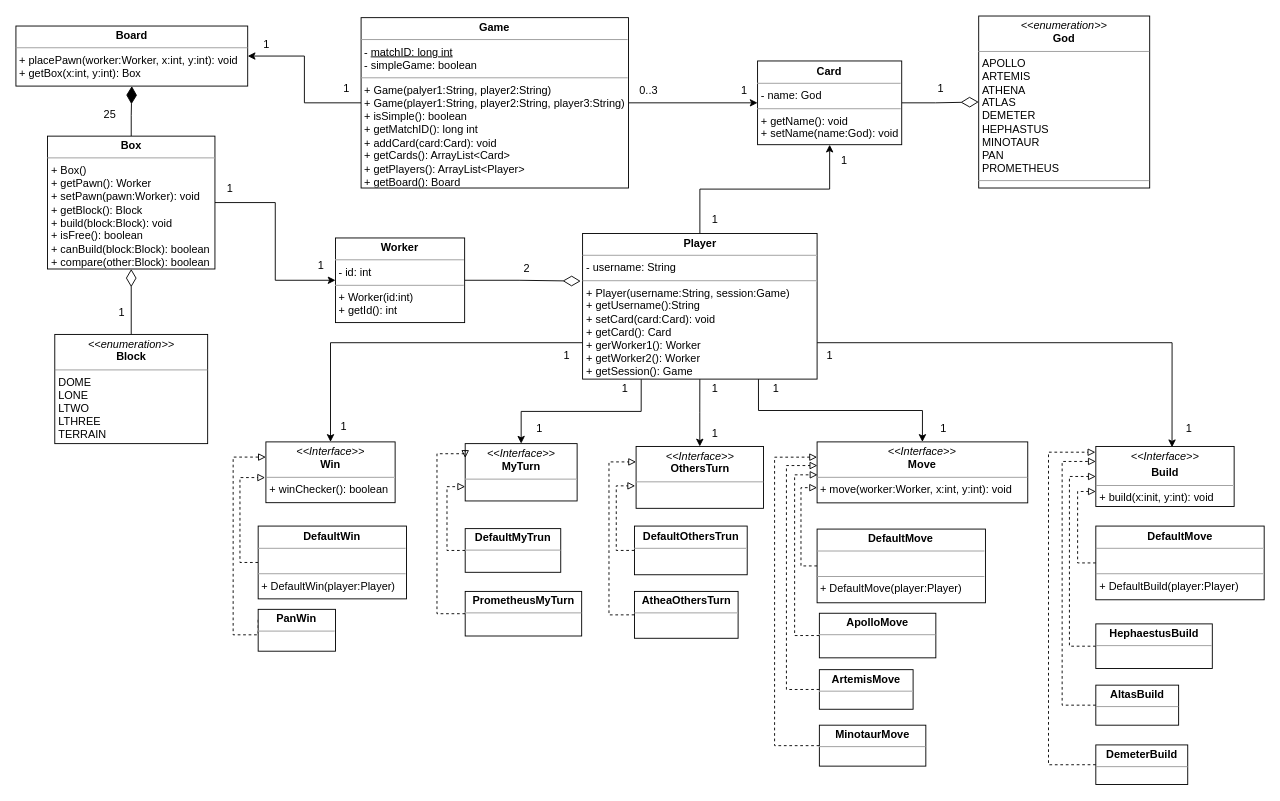
Above: UML/Model.drawio in peppetort/POLIMI_SE_19-20_santorini (draw.io), before the change. Source tidied: cells renumbered, new cells numbered last; positions are measured from the earlier drawing's top-left corner, leaving out a move shared by most shapes. Both pictures are drawn from the tidied source at 91%, with x=0, y=0 at pixel (15, 15).
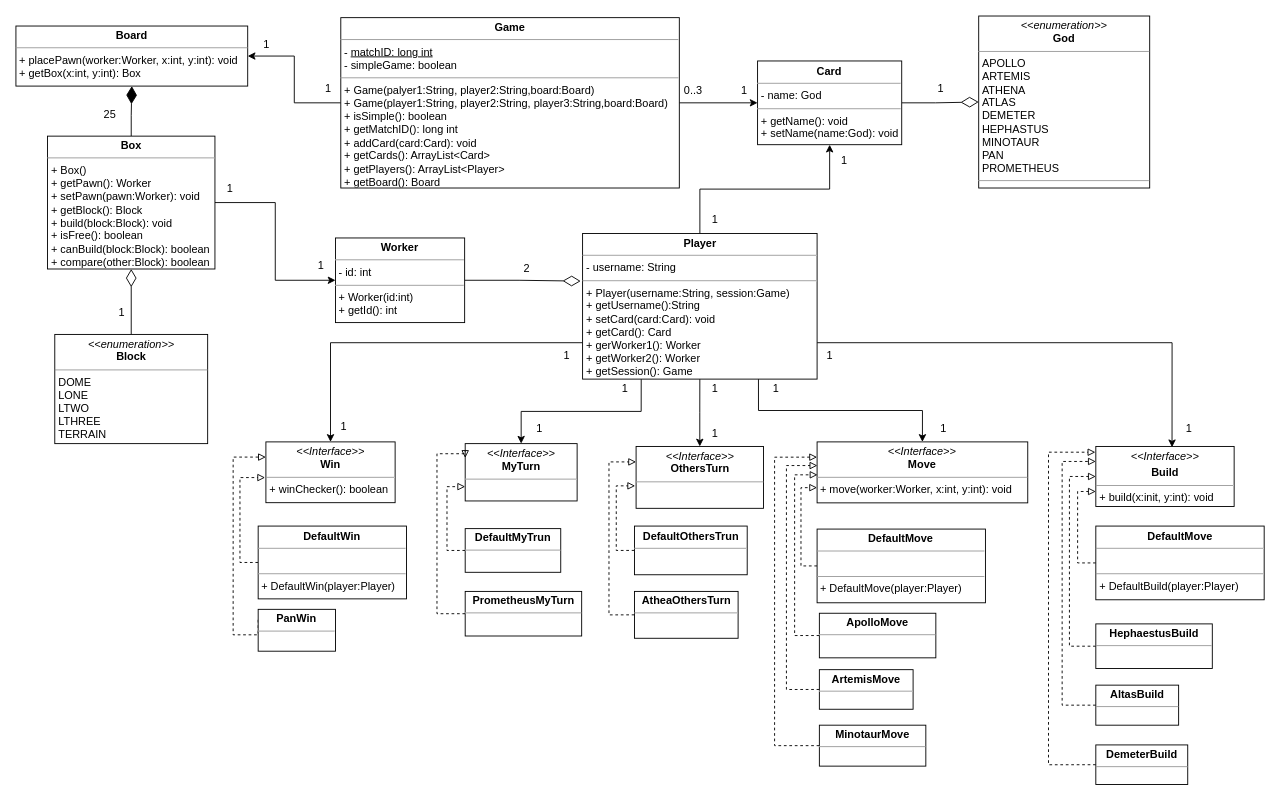
Above is the later version.

Commit message (it also covers changes not shown here):
aggiunta Board come parametro costruttore di Game

Change to the diagram source:
```diff
@@
-    <mxCell id="45" value="&lt;p style=&quot;margin: 0px ; margin-top: 4px ; text-align: center&quot;&gt;&lt;b&gt;Game&lt;/b&gt;&lt;/p&gt;&lt;hr size=&quot;1&quot;&gt;&lt;p style=&quot;margin: 0px ; margin-left: 4px&quot;&gt;- &lt;u&gt;matchID: long int&lt;/u&gt;&lt;br&gt;&lt;/p&gt;&lt;p style=&quot;margin: 0px ; margin-left: 4px&quot;&gt;- simpleGame: boolean&lt;/p&gt;&lt;hr size=&quot;1&quot;&gt;&lt;p style=&quot;margin: 0px ; margin-left: 4px&quot;&gt;&lt;span&gt;+ Game(palyer1:String, player2:String)&lt;/span&gt;&lt;br&gt;&lt;/p&gt;&lt;p style=&quot;margin: 0px ; margin-left: 4px&quot;&gt;&lt;span&gt;+ Game(player1:String, player2:String, player3:String)&lt;/span&gt;&lt;/p&gt;&lt;p style=&quot;margin: 0px ; margin-left: 4px&quot;&gt;&lt;span&gt;+ isSimple(): boolean&lt;/span&gt;&lt;/p&gt;&lt;p style=&quot;margin: 0px ; margin-left: 4px&quot;&gt;+ getMatchID(): long int&lt;span&gt;&lt;br&gt;&lt;/span&gt;&lt;/p&gt;&lt;p style=&quot;margin: 0px ; margin-left: 4px&quot;&gt;+ addCard(card:Card): void&lt;/p&gt;&lt;p style=&quot;margin: 0px ; margin-left: 4px&quot;&gt;+ getCards(): ArrayList&amp;lt;Card&amp;gt;&lt;/p&gt;&lt;p style=&quot;margin: 0px ; margin-left: 4px&quot;&gt;+ getPlayers(): ArrayList&amp;lt;Player&amp;gt;&lt;/p&gt;&lt;p style=&quot;margin: 0px ; margin-left: 4px&quot;&gt;+ getBoard(): Board&lt;/p&gt;" style="verticalAlign=top;align=left;overflow=fill;fontSize=12;fontFamily=Helvetica;html=1;" parent="1" vertex="1">
-      <mxGeometry x="379.3" y="1.9" width="293.9" height="187.2" as="geometry" />
+    <mxCell id="45" value="&lt;p style=&quot;margin: 0px ; margin-top: 4px ; text-align: center&quot;&gt;&lt;b&gt;Game&lt;/b&gt;&lt;/p&gt;&lt;hr size=&quot;1&quot;&gt;&lt;p style=&quot;margin: 0px ; margin-left: 4px&quot;&gt;- &lt;u&gt;matchID: long int&lt;/u&gt;&lt;br&gt;&lt;/p&gt;&lt;p style=&quot;margin: 0px ; margin-left: 4px&quot;&gt;- simpleGame: boolean&lt;/p&gt;&lt;hr size=&quot;1&quot;&gt;&lt;p style=&quot;margin: 0px ; margin-left: 4px&quot;&gt;&lt;span&gt;+ Game(palyer1:String, player2:String,board:Board)&lt;/span&gt;&lt;br&gt;&lt;/p&gt;&lt;p style=&quot;margin: 0px ; margin-left: 4px&quot;&gt;&lt;span&gt;+ Game(player1:String, player2:String, player3:String,board:Board)&lt;/span&gt;&lt;/p&gt;&lt;p style=&quot;margin: 0px ; margin-left: 4px&quot;&gt;&lt;span&gt;+ isSimple(): boolean&lt;/span&gt;&lt;/p&gt;&lt;p style=&quot;margin: 0px ; margin-left: 4px&quot;&gt;+ getMatchID(): long int&lt;span&gt;&lt;br&gt;&lt;/span&gt;&lt;/p&gt;&lt;p style=&quot;margin: 0px ; margin-left: 4px&quot;&gt;+ addCard(card:Card): void&lt;/p&gt;&lt;p style=&quot;margin: 0px ; margin-left: 4px&quot;&gt;+ getCards(): ArrayList&amp;lt;Card&amp;gt;&lt;/p&gt;&lt;p style=&quot;margin: 0px ; margin-left: 4px&quot;&gt;+ getPlayers(): ArrayList&amp;lt;Player&amp;gt;&lt;/p&gt;&lt;p style=&quot;margin: 0px ; margin-left: 4px&quot;&gt;+ getBoard(): Board&lt;/p&gt;" style="verticalAlign=top;align=left;overflow=fill;fontSize=12;fontFamily=Helvetica;html=1;" parent="1" vertex="1">
+      <mxGeometry x="357" y="1.9" width="372" height="187.2" as="geometry" />
     </mxCell>
@@
     <mxCell id="57" value="0..3" style="text;html=1;align=center;verticalAlign=middle;" parent="1" vertex="1">
-      <mxGeometry x="679.7" y="73" width="30" height="18" as="geometry" />
+      <mxGeometry x="729" y="73" width="30" height="18" as="geometry" />
     </mxCell>
@@
     <mxCell id="59" value="1" style="text;html=1;align=center;verticalAlign=middle;" parent="1" vertex="1">
-      <mxGeometry x="354" y="71" width="17" height="18" as="geometry" />
+      <mxGeometry x="334.2" y="71" width="17" height="18" as="geometry" />
     </mxCell>
```
